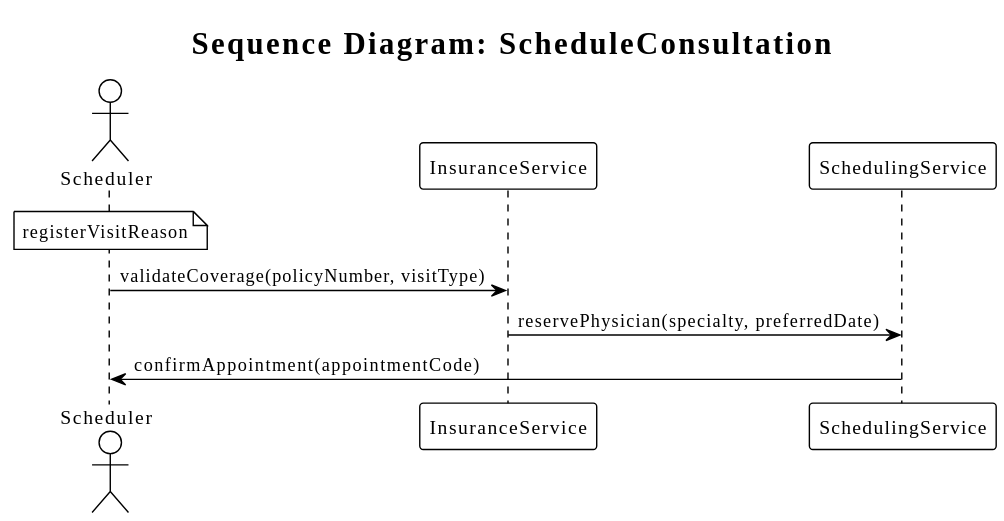
The PlantUML diagram examples/hospital-operations/generated/sequence/HospitalOperations_ScheduleConsultation.sequence.svg in fredoslav2004/modt-core, before a commit.
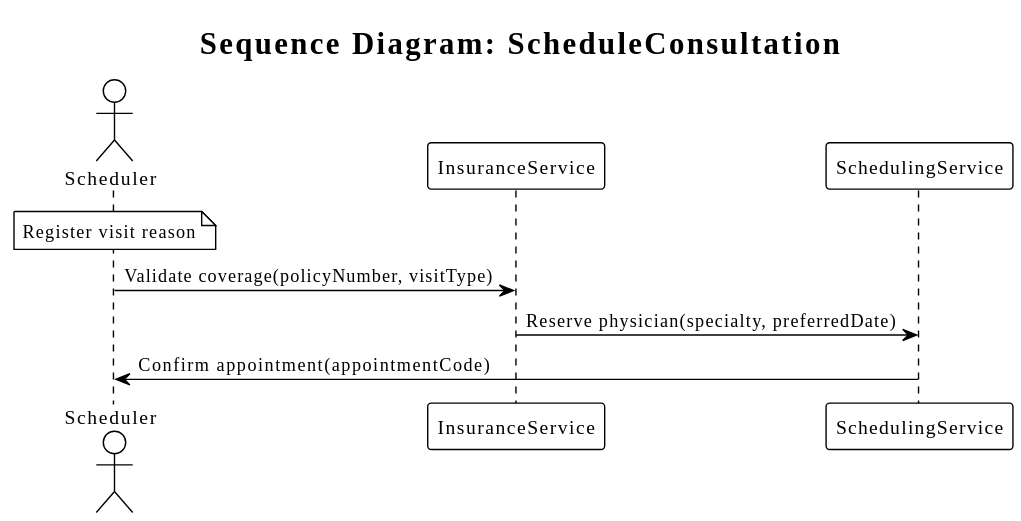
After the change.

Diff of the diagram source:
```diff
@@ -6,8 +6,8 @@
 participant "InsuranceService" as InsuranceService
 participant "SchedulingService" as SchedulingService
 
-note over Actor : registerVisitReason
-Actor -> InsuranceService : validateCoverage(policyNumber, visitType)
-InsuranceService -> SchedulingService : reservePhysician(specialty, preferredDate)
-SchedulingService -> Actor : confirmAppointment(appointmentCode)
+note over Actor : Register visit reason
+Actor -> InsuranceService : Validate coverage(policyNumber, visitType)
+InsuranceService -> SchedulingService : Reserve physician(specialty, preferredDate)
+SchedulingService -> Actor : Confirm appointment(appointmentCode)
 @enduml
```
